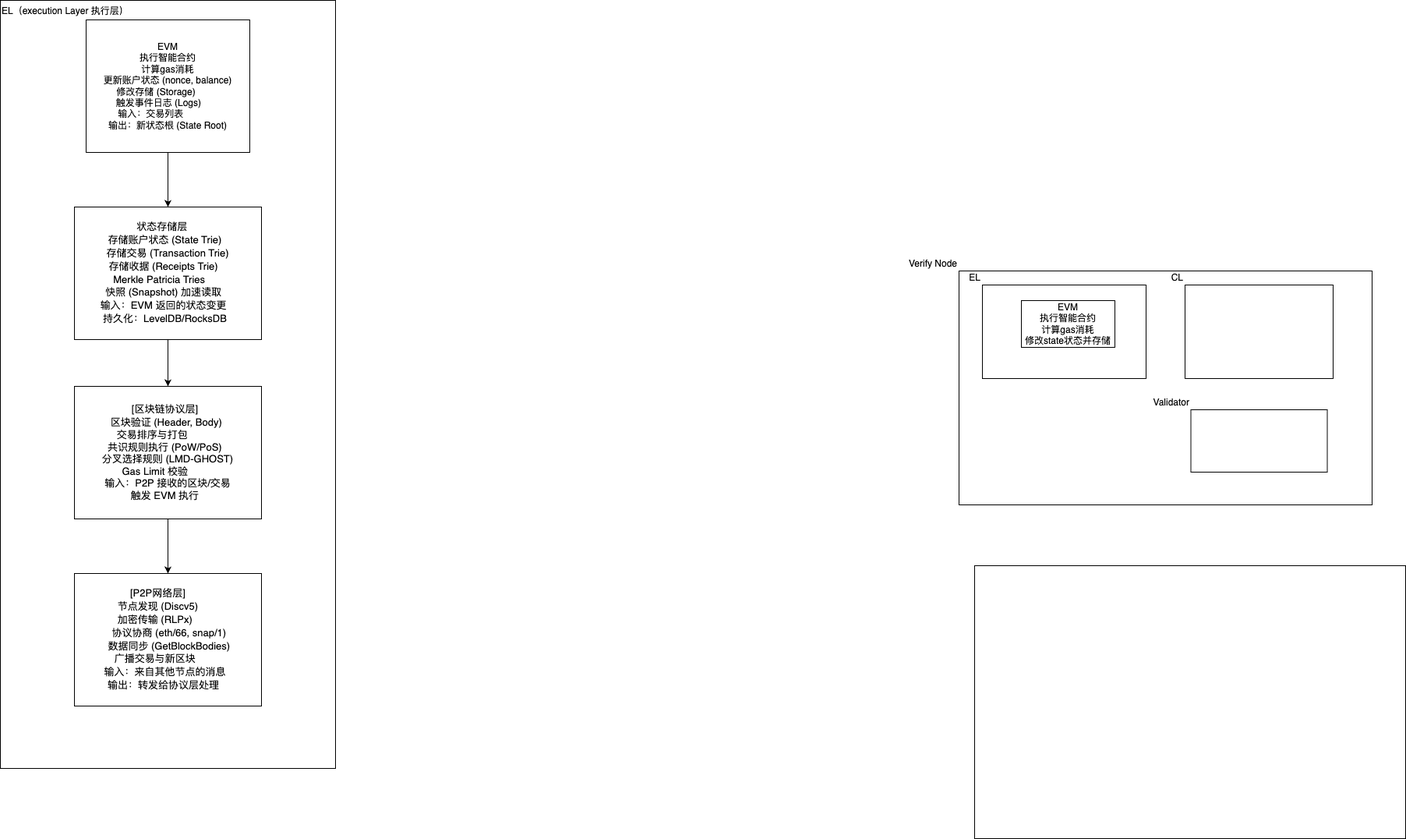
Earlier version of the draw.io export EL.png (cedrices/go-eth-study-task). Source tidied: cells renumbered, new cells last; positions are measured from the earlier drawing's top-left corner, leaving out a move shared by most shapes.
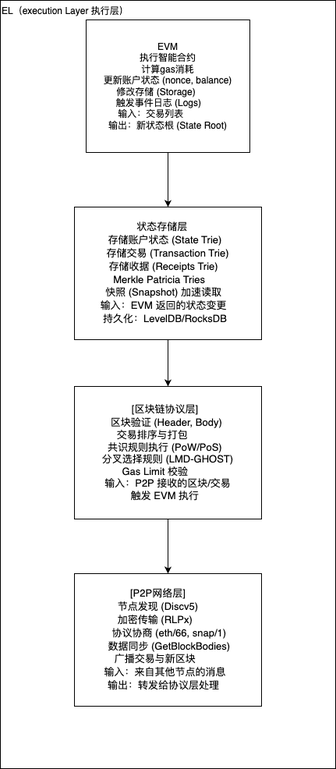
Later version of the same file.

What changed in the source:
```diff
@@ -11,24 +11,6 @@
     <mxCell id="4" value="&lt;div style=&quot;line-height: 130%;&quot;&gt;&lt;div&gt;&amp;nbsp; &amp;nbsp; &amp;nbsp; 状态存储层&amp;nbsp; &amp;nbsp; &amp;nbsp; &amp;nbsp; &amp;nbsp;&amp;nbsp;&lt;/div&gt;&lt;div&gt;存储账户状态 (State Trie)&amp;nbsp;&amp;nbsp;&lt;/div&gt;&lt;div&gt;存储交易 (Transaction Trie)&lt;/div&gt;&lt;div&gt;存储收据 (Receipts Trie)&amp;nbsp; &amp;nbsp;&lt;/div&gt;&lt;div&gt;Merkle Patricia Tries&amp;nbsp; &amp;nbsp; &amp;nbsp;&amp;nbsp;&lt;/div&gt;&lt;div&gt;快照 (Snapshot) 加速读取&amp;nbsp; &amp;nbsp;&lt;/div&gt;&lt;div&gt;输入：EVM 返回的状态变更&amp;nbsp; &amp;nbsp;&lt;/div&gt;&lt;div&gt;持久化：LevelDB/RocksDB&amp;nbsp;&amp;nbsp;&lt;/div&gt;&lt;/div&gt;" style="rounded=0;whiteSpace=wrap;html=1;align=center;fontSize=13;verticalAlign=middle;" parent="1" vertex="1">
       <mxGeometry x="95" y="265" width="240" height="170" as="geometry" />
     </mxCell>
-    <mxCell id="5" style="rounded=0;whiteSpace=wrap;html=1;" parent="1" vertex="1">
-      <mxGeometry x="1250" y="725" width="553" height="350" as="geometry" />
-    </mxCell>
-    <mxCell id="6" value="Verify Node" style="rounded=0;whiteSpace=wrap;html=1;labelPosition=left;verticalLabelPosition=top;align=right;verticalAlign=bottom;" parent="1" vertex="1">
-      <mxGeometry x="1230" y="347" width="530" height="300" as="geometry" />
-    </mxCell>
-    <mxCell id="7" value="EL" style="rounded=0;html=1;align=right;whiteSpace=wrap;labelPosition=left;verticalLabelPosition=top;verticalAlign=bottom;" parent="1" vertex="1">
-      <mxGeometry x="1260" y="365" width="210" height="120" as="geometry" />
-    </mxCell>
-    <mxCell id="8" value="EVM&lt;div&gt;执行智能合约&lt;/div&gt;&lt;div&gt;计算gas消耗&lt;/div&gt;&lt;div&gt;修改state状态并存储&lt;/div&gt;" style="rounded=0;whiteSpace=wrap;html=1;labelPosition=center;verticalLabelPosition=middle;align=center;verticalAlign=middle;labelBackgroundColor=default;" parent="1" vertex="1">
-      <mxGeometry x="1310" y="385" width="120" height="60" as="geometry" />
-    </mxCell>
-    <mxCell id="9" value="CL" style="rounded=0;html=1;align=right;whiteSpace=wrap;labelPosition=left;verticalLabelPosition=top;verticalAlign=bottom;" parent="1" vertex="1">
-      <mxGeometry x="1520" y="365" width="190" height="120" as="geometry" />
-    </mxCell>
-    <mxCell id="10" value="Validator" style="rounded=0;html=1;align=right;whiteSpace=wrap;labelPosition=left;verticalLabelPosition=top;verticalAlign=bottom;" parent="1" vertex="1">
-      <mxGeometry x="1527.5" y="525" width="175" height="80" as="geometry" />
-    </mxCell>
     <mxCell id="11" style="edgeStyle=orthogonalEdgeStyle;rounded=0;jettySize=auto;html=1;" parent="1" edge="1" source="12" target="4">
       <mxGeometry relative="1" as="geometry" />
     </mxCell>
```
